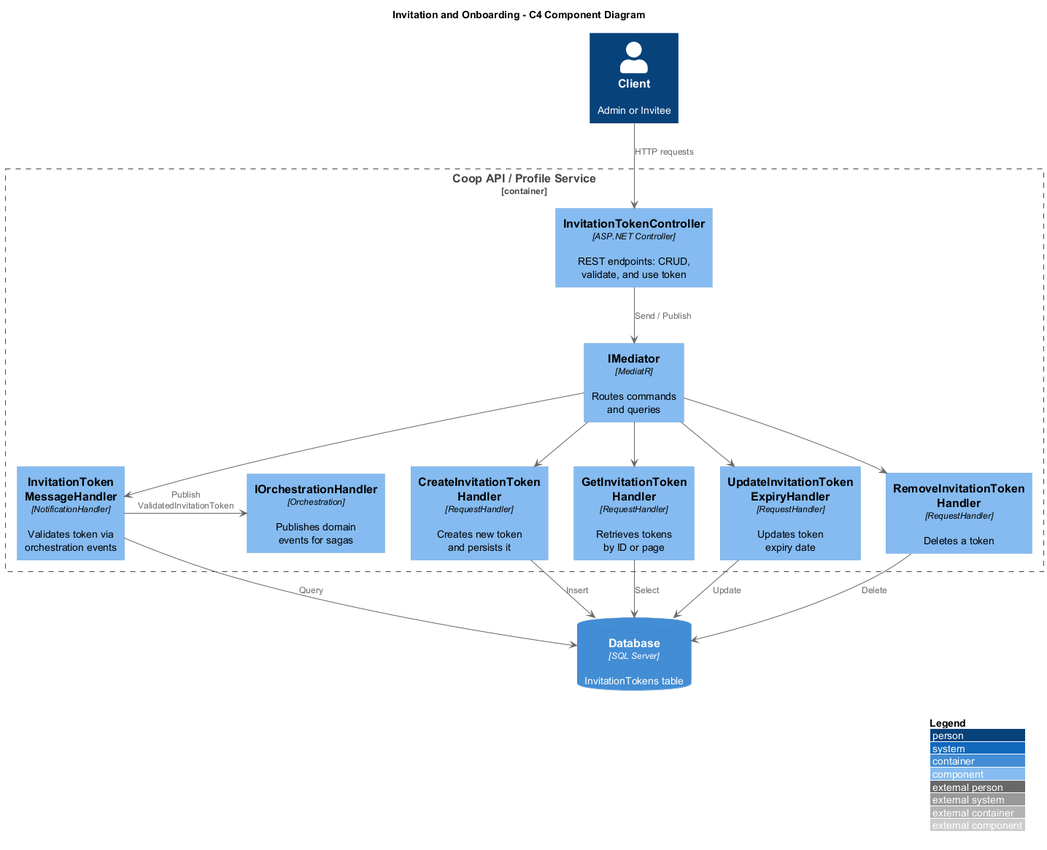
Above: docs/detailed-designs/09-invitation-and-onboarding/c4-component.png in QuinntyneBrown/Coop (PlantUML), before the change. The source it was exported from:
```plantuml
@startuml c4-component

!include https://raw.githubusercontent.com/plantuml-stdlib/C4-PlantUML/master/C4_Component.puml

LAYOUT_WITH_LEGEND()
LAYOUT_TOP_DOWN()

title Invitation and Onboarding - C4 Component Diagram

Person(client, "Client", "Admin or Invitee")

Container_Boundary(api, "Coop API / Profile Service") {
    Component(ctrl, "InvitationTokenController", "ASP.NET Controller", "REST endpoints: CRUD,\nvalidate, and use token")
    Component(mediator, "IMediator", "MediatR", "Routes commands\nand queries")
    Component(createH, "CreateInvitationToken\nHandler", "RequestHandler", "Creates new token\nand persists it")
    Component(getH, "GetInvitationToken\nHandler", "RequestHandler", "Retrieves tokens\nby ID or page")
    Component(updateH, "UpdateInvitationToken\nExpiryHandler", "RequestHandler", "Updates token\nexpiry date")
    Component(removeH, "RemoveInvitationToken\nHandler", "RequestHandler", "Deletes a token")
    Component(msgH, "InvitationToken\nMessageHandler", "NotificationHandler", "Validates token via\norchestration events")
    Component(orch, "IOrchestrationHandler", "Orchestration", "Publishes domain\nevents for sagas")
}

ContainerDb(db, "Database", "SQL Server", "InvitationTokens table")

client -down-> ctrl : HTTP requests
ctrl -down-> mediator : Send / Publish
mediator -down-> createH
mediator -down-> getH
mediator -down-> updateH
mediator -down-> removeH
mediator -down-> msgH

msgH -right-> orch : Publish\nValidatedInvitationToken

createH -down-> db : Insert
getH -down-> db : Select
updateH -down-> db : Update
removeH -down-> db : Delete
msgH -down-> db : Query

@enduml
```
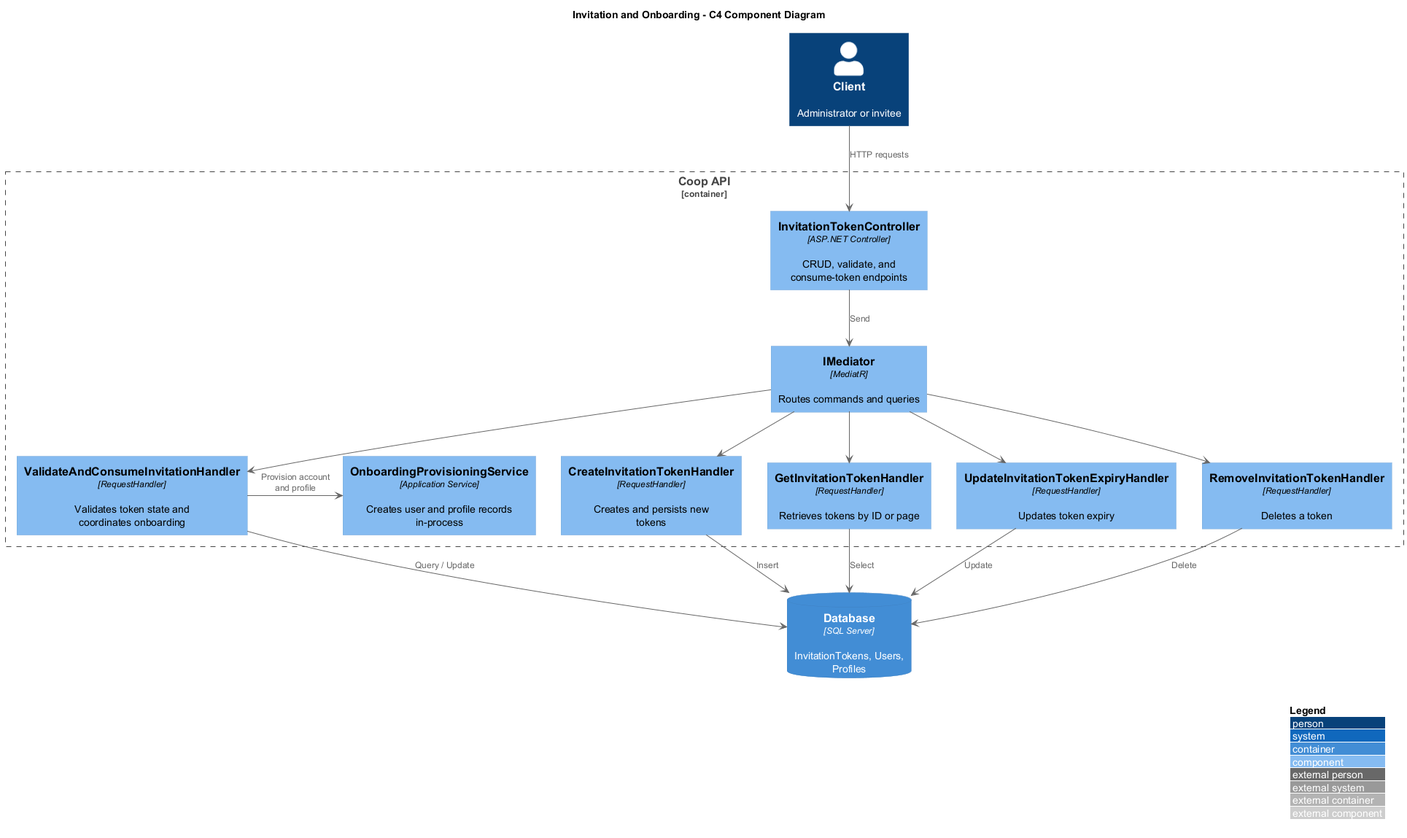
The same diagram one commit later.

The edit, as a diff of the source:
```diff
@@ -7,35 +7,35 @@
 
 title Invitation and Onboarding - C4 Component Diagram
 
-Person(client, "Client", "Admin or Invitee")
+Person(client, "Client", "Administrator or invitee")
 
-Container_Boundary(api, "Coop API / Profile Service") {
-    Component(ctrl, "InvitationTokenController", "ASP.NET Controller", "REST endpoints: CRUD,\nvalidate, and use token")
-    Component(mediator, "IMediator", "MediatR", "Routes commands\nand queries")
-    Component(createH, "CreateInvitationToken\nHandler", "RequestHandler", "Creates new token\nand persists it")
-    Component(getH, "GetInvitationToken\nHandler", "RequestHandler", "Retrieves tokens\nby ID or page")
-    Component(updateH, "UpdateInvitationToken\nExpiryHandler", "RequestHandler", "Updates token\nexpiry date")
-    Component(removeH, "RemoveInvitationToken\nHandler", "RequestHandler", "Deletes a token")
-    Component(msgH, "InvitationToken\nMessageHandler", "NotificationHandler", "Validates token via\norchestration events")
-    Component(orch, "IOrchestrationHandler", "Orchestration", "Publishes domain\nevents for sagas")
+Container_Boundary(api, "Coop API") {
+    Component(ctrl, "InvitationTokenController", "ASP.NET Controller", "CRUD, validate, and consume-token endpoints")
+    Component(mediator, "IMediator", "MediatR", "Routes commands and queries")
+    Component(createH, "CreateInvitationTokenHandler", "RequestHandler", "Creates and persists new tokens")
+    Component(getH, "GetInvitationTokenHandler", "RequestHandler", "Retrieves tokens by ID or page")
+    Component(updateH, "UpdateInvitationTokenExpiryHandler", "RequestHandler", "Updates token expiry")
+    Component(removeH, "RemoveInvitationTokenHandler", "RequestHandler", "Deletes a token")
+    Component(validateH, "ValidateAndConsumeInvitationHandler", "RequestHandler", "Validates token state and coordinates onboarding")
+    Component(provisioning, "OnboardingProvisioningService", "Application Service", "Creates user and profile records in-process")
 }
 
-ContainerDb(db, "Database", "SQL Server", "InvitationTokens table")
+ContainerDb(db, "Database", "SQL Server", "InvitationTokens, Users, Profiles")
 
 client -down-> ctrl : HTTP requests
-ctrl -down-> mediator : Send / Publish
+ctrl -down-> mediator : Send
 mediator -down-> createH
 mediator -down-> getH
 mediator -down-> updateH
 mediator -down-> removeH
-mediator -down-> msgH
+mediator -down-> validateH
 
-msgH -right-> orch : Publish\nValidatedInvitationToken
+validateH -right-> provisioning : Provision account\nand profile
 
 createH -down-> db : Insert
 getH -down-> db : Select
 updateH -down-> db : Update
 removeH -down-> db : Delete
-msgH -down-> db : Query
+validateH -down-> db : Query / Update
 
 @enduml
```
